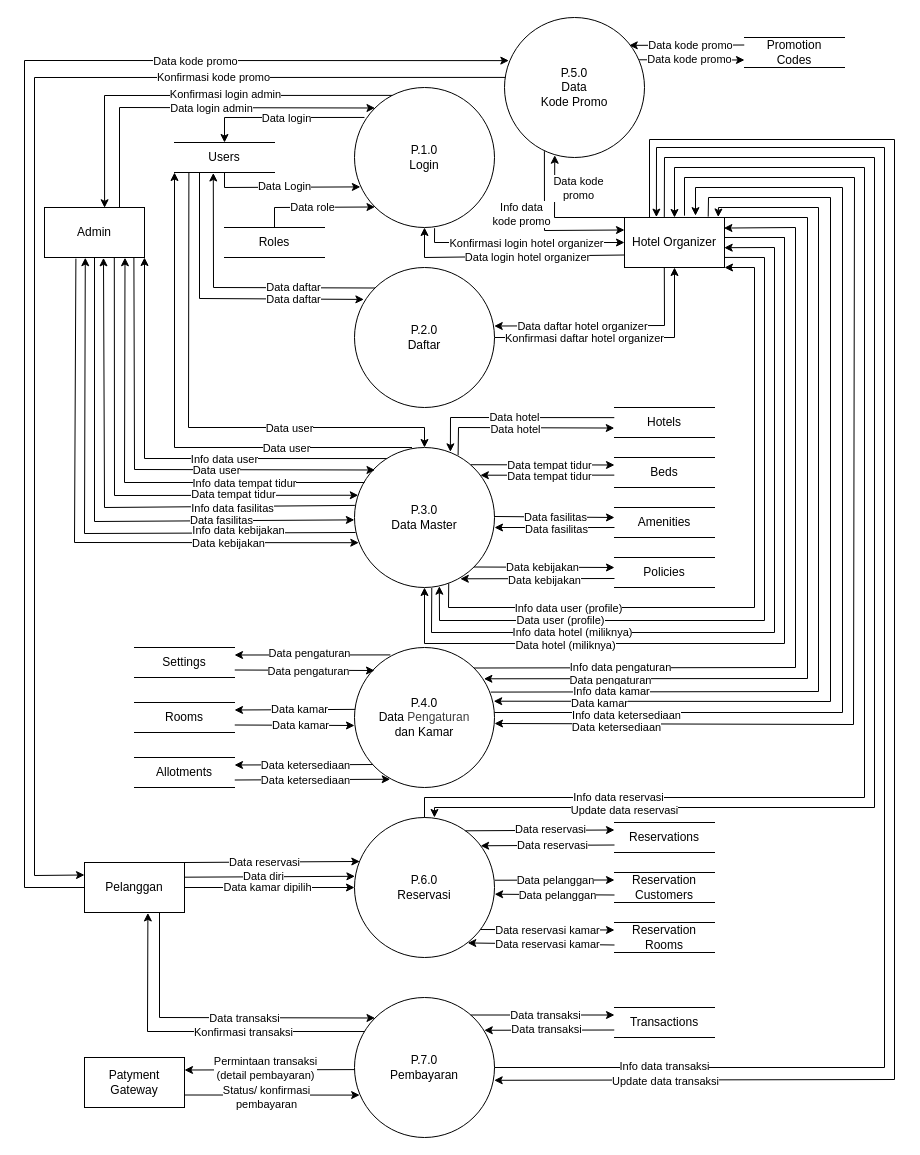
Earlier version of the draw.io diagram diagram/dfd/dfd-level-0.drawio (Hans-Star18/ta-booking-system). Source tidied: cells renumbered, new cells numbered last; positions are measured from the earlier drawing's top-left corner, leaving out a move shared by most shapes. Both pictures are drawn from the tidied source at 100%, with x=0, y=0 at pixel (24, 17).
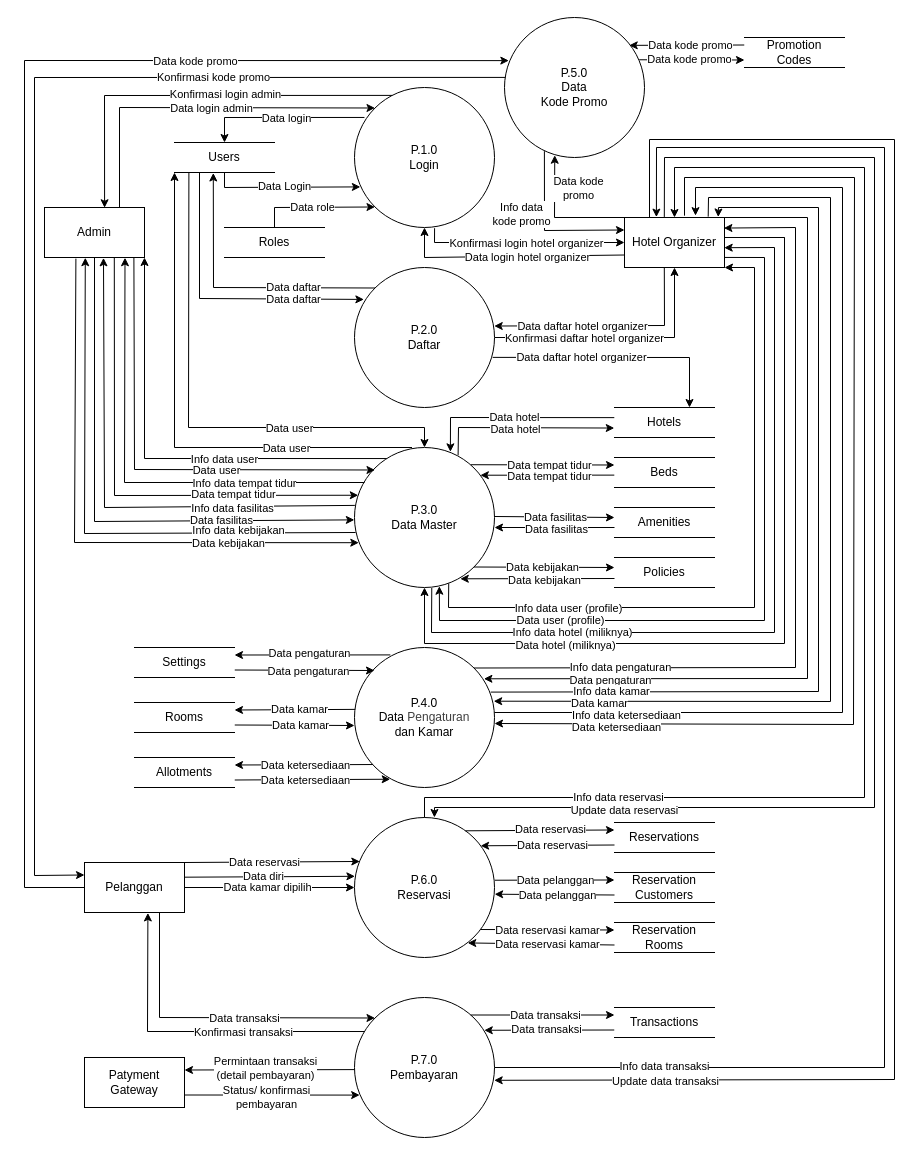
The same page after the edit.

Commit message (it also covers changes not shown here):
refactor(diagram): rename and update DFD level 1 diagrams

Unchanged cells that the change refers to:
```xml
<mxCell id="41" value="P.2.0&lt;div&gt;Daftar&lt;/div&gt;" style="shape=ellipse;html=1;dashed=0;whiteSpace=wrap;perimeter=ellipsePerimeter;" parent="1" vertex="1">
  <mxGeometry x="330" y="250" width="140" height="140" as="geometry" />
</mxCell>
<mxCell id="92" value="Hotels" style="html=1;dashed=0;whiteSpace=wrap;shape=partialRectangle;right=0;left=0;" parent="1" vertex="1">
  <mxGeometry x="590" y="390" width="100" height="30" as="geometry" />
</mxCell>
```

What changed in the source:
```diff
@@
+    <mxCell id="175" style="endArrow=classic;html=1;rounded=0;curved=0;jumpStyle=arc;entryX=0.75;entryY=0;entryDx=0;entryDy=0;exitX=0.987;exitY=0.642;exitDx=0;exitDy=0;exitPerimeter=0;" parent="1" edge="1" source="41" target="92">
+      <mxGeometry relative="1" as="geometry">
+        <Array as="points">
+          <mxPoint x="665" y="340" />
+        </Array>
+      </mxGeometry>
+    </mxCell>
+    <mxCell id="176" value="&lt;span style=&quot;color: rgb(0, 0, 0);&quot;&gt;Data daftar hotel organizer&lt;/span&gt;" style="edgeLabel;html=1;align=center;verticalAlign=middle;" parent="175" vertex="1">
+      <mxGeometry x="-0.35" y="-1" relative="1" as="geometry">
+        <mxPoint x="8" y="-1" as="offset" />
+      </mxGeometry>
+    </mxCell>
```
